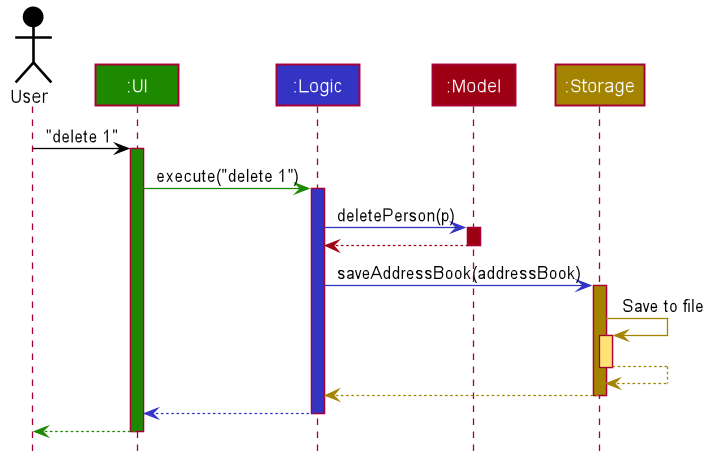
Above: docs/images/ArchitectureSequenceDiagram.png in nus-cs2103-AY2122S1/tp (PlantUML), before the change.
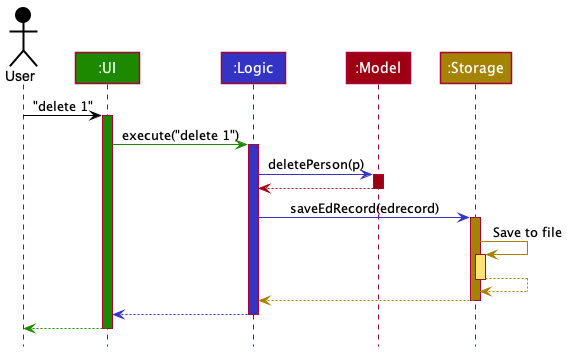
Above is the later version.

Change to the diagram source:
```diff
@@ -1,85 +1,38 @@
 @startuml
+!include style.puml
 
+Actor User as user USER_COLOR
+Participant ":UI" as ui UI_COLOR
+Participant ":Logic" as logic LOGIC_COLOR
+Participant ":Model" as model MODEL_COLOR
+Participant ":Storage" as storage STORAGE_COLOR
 
+user -[USER_COLOR]> ui : "delete 1"
+activate ui UI_COLOR
 
+ui -[UI_COLOR]> logic : execute("delete 1")
+activate logic LOGIC_COLOR
 
+logic -[LOGIC_COLOR]> model : deletePerson(p)
+activate model MODEL_COLOR
 
-
-
-
-skinparam BackgroundColor #FFFFFFF
-
-skinparam Shadowing false
-
-skinparam Class {
-    FontColor #FFFFFF
-    BorderThickness 1
-    BorderColor #FFFFFF
-    StereotypeFontColor #FFFFFF
-    FontName Arial
-}
-
-skinparam Actor {
-    BorderColor #000000
-    Color #000000
-    FontName Arial
-}
-
-skinparam Sequence {
-    MessageAlign center
-    BoxFontSize 15
-    BoxPadding 0
-    BoxFontColor #FFFFFF
-    FontName Arial
-}
-
-skinparam Participant {
-    FontColor #FFFFFFF
-    Padding 20
-}
-
-skinparam MinClassWidth 50
-skinparam ParticipantPadding 10
-skinparam Shadowing false
-skinparam DefaultTextAlignment center
-skinparam packageStyle Rectangle
-
-hide footbox
-hide members
-hide circle
-
-Actor User as user #000000
-Participant ":UI" as ui #1D8900
-Participant ":Logic" as logic #3333C4
-Participant ":Model" as model #9D0012
-Participant ":Storage" as storage #A38300
-
-user -[#000000]> ui : "delete 1"
-activate ui #1D8900
-
-ui -[#1D8900]> logic : execute("delete 1")
-activate logic #3333C4
-
-logic -[#3333C4]> model : deletePerson(p)
-activate model #9D0012
-
-model -[#9D0012]-> logic
+model -[MODEL_COLOR]-> logic
 deactivate model
 
-logic -[#3333C4]> storage : saveAddressBook(addressBook)
-activate storage #A38300
+logic -[LOGIC_COLOR]> storage : saveEdRecord(edrecord)
+activate storage STORAGE_COLOR
 
-storage -[#A38300]> storage : Save to file
-activate storage #FFE374
-storage --[#A38300]> storage
+storage -[STORAGE_COLOR]> storage : Save to file
+activate storage STORAGE_COLOR_T1
+storage --[STORAGE_COLOR]> storage
 deactivate storage
 
-storage --[#A38300]> logic
+storage --[STORAGE_COLOR]> logic
 deactivate storage
 
-logic --[#3333C4]> ui
+logic --[LOGIC_COLOR]> ui
 deactivate logic
 
-ui--[#1D8900]> user
+ui--[UI_COLOR]> user
 deactivate ui
 @enduml
```
